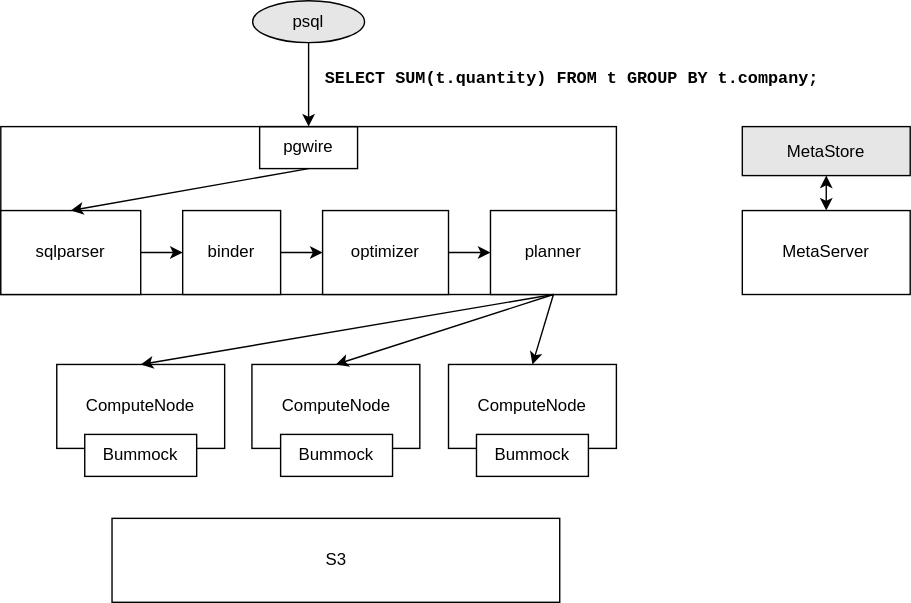
Above: docs/images/architecture-design/batch-query.svg in piedb-dev/piestream (draw.io), before the change. Source tidied: cells renumbered, new cells last; positions are measured from the earlier drawing's top-left corner, leaving out a move shared by most shapes. Its diagram source:
```xml
<mxGraphModel>
  <root>
    <mxCell id="0" />
    <mxCell id="1" parent="0" />
    <mxCell id="2" style="rounded=0;whiteSpace=wrap;html=1;" parent="1" vertex="1">
      <mxGeometry y="90" width="440" height="120" as="geometry" />
    </mxCell>
    <mxCell id="3" value="psql" style="ellipse;whiteSpace=wrap;html=1;fillColor=#E6E6E6;" parent="1" vertex="1">
      <mxGeometry x="180" width="80" height="30" as="geometry" />
    </mxCell>
    <mxCell id="4" style="endArrow=classic;html=1;exitX=0.5;exitY=1;exitDx=0;exitDy=0;entryX=0.5;entryY=0;entryDx=0;entryDy=0;" parent="1" edge="1" source="3" target="2">
      <mxGeometry relative="1" as="geometry" />
    </mxCell>
    <mxCell id="5" value="pgwire" style="text;html=1;strokeColor=#000000;fillColor=none;align=center;verticalAlign=middle;whiteSpace=wrap;rounded=0;" parent="1" vertex="1">
      <mxGeometry x="185" y="90" width="70" height="30" as="geometry" />
    </mxCell>
    <mxCell id="6" value="ComputeNode" style="rounded=0;whiteSpace=wrap;html=1;" parent="1" vertex="1">
      <mxGeometry x="40" y="260" width="120" height="60" as="geometry" />
    </mxCell>
    <mxCell id="7" value="S3" style="rounded=0;whiteSpace=wrap;html=1;" parent="1" vertex="1">
      <mxGeometry x="79.5" y="370" width="320" height="60" as="geometry" />
    </mxCell>
    <mxCell id="8" value="MetaServer" style="rounded=0;whiteSpace=wrap;html=1;" parent="1" vertex="1">
      <mxGeometry x="530" y="150" width="120" height="60" as="geometry" />
    </mxCell>
    <mxCell id="9" value="MetaStore" style="rounded=0;whiteSpace=wrap;html=1;fillColor=#E6E6E6;" parent="1" vertex="1">
      <mxGeometry x="530" y="90" width="120" height="35" as="geometry" />
    </mxCell>
    <mxCell id="10" style="endArrow=classic;startArrow=classic;html=1;entryX=0.5;entryY=1;entryDx=0;entryDy=0;exitX=0.5;exitY=0;exitDx=0;exitDy=0;" parent="1" edge="1" source="8" target="9">
      <mxGeometry relative="1" as="geometry" />
    </mxCell>
    <mxCell id="11" value="&lt;div&gt;&lt;/div&gt;&lt;pre&gt;&lt;span style=&quot;font-family: &amp;quot;Courier New&amp;quot;; text-align: center;&quot;&gt;&lt;b&gt;SELECT SUM(t.quantity) FROM t GROUP BY t.company; &lt;/b&gt;&lt;/span&gt;&lt;br /&gt;&lt;/pre&gt;" style="text;whiteSpace=wrap;html=1;" parent="1" vertex="1">
      <mxGeometry x="230" y="30" width="370" height="40" as="geometry" />
    </mxCell>
    <mxCell id="12" value="sqlparser" style="rounded=0;whiteSpace=wrap;html=1;strokeColor=#000000;" parent="1" vertex="1">
      <mxGeometry y="150" width="100" height="60" as="geometry" />
    </mxCell>
    <mxCell id="13" value="binder" style="rounded=0;whiteSpace=wrap;html=1;strokeColor=#000000;" parent="1" vertex="1">
      <mxGeometry x="130" y="150" width="70" height="60" as="geometry" />
    </mxCell>
    <mxCell id="14" value="optimizer" style="rounded=0;whiteSpace=wrap;html=1;strokeColor=#000000;" parent="1" vertex="1">
      <mxGeometry x="230" y="150" width="90" height="60" as="geometry" />
    </mxCell>
    <mxCell id="15" value="planner" style="rounded=0;whiteSpace=wrap;html=1;strokeColor=#000000;" parent="1" vertex="1">
      <mxGeometry x="350" y="150" width="90" height="60" as="geometry" />
    </mxCell>
    <mxCell id="16" style="endArrow=classic;html=1;exitX=1;exitY=0.5;exitDx=0;exitDy=0;entryX=0;entryY=0.5;entryDx=0;entryDy=0;" parent="1" edge="1" source="12" target="13">
      <mxGeometry relative="1" as="geometry" />
    </mxCell>
    <mxCell id="17" style="endArrow=classic;html=1;exitX=1;exitY=0.5;exitDx=0;exitDy=0;entryX=0;entryY=0.5;entryDx=0;entryDy=0;" parent="1" edge="1" source="13" target="14">
      <mxGeometry relative="1" as="geometry" />
    </mxCell>
    <mxCell id="18" style="endArrow=classic;html=1;exitX=1;exitY=0.5;exitDx=0;exitDy=0;" parent="1" edge="1" source="14" target="15">
      <mxGeometry relative="1" as="geometry" />
    </mxCell>
    <mxCell id="19" style="endArrow=classic;html=1;exitX=0.5;exitY=1;exitDx=0;exitDy=0;entryX=0.5;entryY=0;entryDx=0;entryDy=0;" parent="1" edge="1" source="5" target="12">
      <mxGeometry relative="1" as="geometry" />
    </mxCell>
    <mxCell id="20" value="ComputeNode" style="rounded=0;whiteSpace=wrap;html=1;" parent="1" vertex="1">
      <mxGeometry x="179.5" y="260" width="120" height="60" as="geometry" />
    </mxCell>
    <mxCell id="21" value="ComputeNode" style="rounded=0;whiteSpace=wrap;html=1;" parent="1" vertex="1">
      <mxGeometry x="320" y="260" width="120" height="60" as="geometry" />
    </mxCell>
    <mxCell id="22" style="endArrow=classic;html=1;exitX=0.5;exitY=1;exitDx=0;exitDy=0;entryX=0.5;entryY=0;entryDx=0;entryDy=0;" parent="1" edge="1" source="15" target="6">
      <mxGeometry relative="1" as="geometry" />
    </mxCell>
    <mxCell id="23" style="endArrow=classic;html=1;exitX=0.5;exitY=1;exitDx=0;exitDy=0;entryX=0.5;entryY=0;entryDx=0;entryDy=0;" parent="1" edge="1" source="15" target="20">
      <mxGeometry relative="1" as="geometry" />
    </mxCell>
    <mxCell id="24" style="endArrow=classic;html=1;exitX=0.5;exitY=1;exitDx=0;exitDy=0;entryX=0.5;entryY=0;entryDx=0;entryDy=0;" parent="1" edge="1" source="15" target="21">
      <mxGeometry relative="1" as="geometry" />
    </mxCell>
    <mxCell id="25" value="Bummock" style="rounded=0;whiteSpace=wrap;html=1;" parent="1" vertex="1">
      <mxGeometry x="60" y="310" width="80" height="30" as="geometry" />
    </mxCell>
    <mxCell id="26" value="Bummock" style="rounded=0;whiteSpace=wrap;html=1;" parent="1" vertex="1">
      <mxGeometry x="200" y="310" width="80" height="30" as="geometry" />
    </mxCell>
    <mxCell id="27" value="Bummock" style="rounded=0;whiteSpace=wrap;html=1;" parent="1" vertex="1">
      <mxGeometry x="340" y="310" width="80" height="30" as="geometry" />
    </mxCell>
  </root>
</mxGraphModel>
```
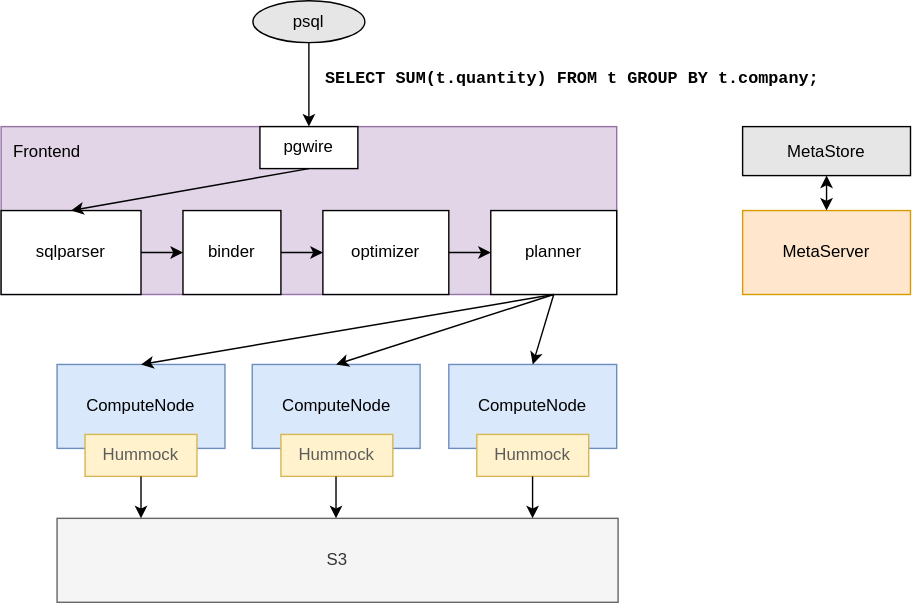
After the commit.

Diff of the diagram source:
```diff
@@ -2,7 +2,7 @@
   <root>
     <mxCell id="0" />
     <mxCell id="1" parent="0" />
-    <mxCell id="2" style="rounded=0;whiteSpace=wrap;html=1;" parent="1" vertex="1">
+    <mxCell id="2" style="rounded=0;whiteSpace=wrap;html=1;fillColor=#e1d5e7;strokeColor=#9673a6;" parent="1" vertex="1">
       <mxGeometry y="90" width="440" height="120" as="geometry" />
     </mxCell>
     <mxCell id="3" value="psql" style="ellipse;whiteSpace=wrap;html=1;fillColor=#E6E6E6;" parent="1" vertex="1">
@@ -11,16 +11,13 @@
     <mxCell id="4" style="endArrow=classic;html=1;exitX=0.5;exitY=1;exitDx=0;exitDy=0;entryX=0.5;entryY=0;entryDx=0;entryDy=0;" parent="1" edge="1" source="3" target="2">
       <mxGeometry relative="1" as="geometry" />
     </mxCell>
-    <mxCell id="5" value="pgwire" style="text;html=1;strokeColor=#000000;fillColor=none;align=center;verticalAlign=middle;whiteSpace=wrap;rounded=0;" parent="1" vertex="1">
-      <mxGeometry x="185" y="90" width="70" height="30" as="geometry" />
-    </mxCell>
-    <mxCell id="6" value="ComputeNode" style="rounded=0;whiteSpace=wrap;html=1;" parent="1" vertex="1">
+    <mxCell id="6" value="ComputeNode" style="rounded=0;whiteSpace=wrap;html=1;fillColor=#dae8fc;strokeColor=#6c8ebf;" parent="1" vertex="1">
       <mxGeometry x="40" y="260" width="120" height="60" as="geometry" />
     </mxCell>
-    <mxCell id="7" value="S3" style="rounded=0;whiteSpace=wrap;html=1;" parent="1" vertex="1">
-      <mxGeometry x="79.5" y="370" width="320" height="60" as="geometry" />
+    <mxCell id="7" value="S3" style="rounded=0;whiteSpace=wrap;html=1;fillColor=#f5f5f5;fontColor=#333333;strokeColor=#666666;" parent="1" vertex="1">
+      <mxGeometry x="40" y="370" width="401" height="60" as="geometry" />
     </mxCell>
-    <mxCell id="8" value="MetaServer" style="rounded=0;whiteSpace=wrap;html=1;" parent="1" vertex="1">
+    <mxCell id="8" value="MetaServer" style="rounded=0;whiteSpace=wrap;html=1;fillColor=#ffe6cc;strokeColor=#d79b00;" parent="1" vertex="1">
       <mxGeometry x="530" y="150" width="120" height="60" as="geometry" />
     </mxCell>
     <mxCell id="9" value="MetaStore" style="rounded=0;whiteSpace=wrap;html=1;fillColor=#E6E6E6;" parent="1" vertex="1">
@@ -56,10 +53,10 @@
     <mxCell id="19" style="endArrow=classic;html=1;exitX=0.5;exitY=1;exitDx=0;exitDy=0;entryX=0.5;entryY=0;entryDx=0;entryDy=0;" parent="1" edge="1" source="5" target="12">
       <mxGeometry relative="1" as="geometry" />
     </mxCell>
-    <mxCell id="20" value="ComputeNode" style="rounded=0;whiteSpace=wrap;html=1;" parent="1" vertex="1">
+    <mxCell id="20" value="ComputeNode" style="rounded=0;whiteSpace=wrap;html=1;fillColor=#dae8fc;strokeColor=#6c8ebf;" parent="1" vertex="1">
       <mxGeometry x="179.5" y="260" width="120" height="60" as="geometry" />
     </mxCell>
-    <mxCell id="21" value="ComputeNode" style="rounded=0;whiteSpace=wrap;html=1;" parent="1" vertex="1">
+    <mxCell id="21" value="ComputeNode" style="rounded=0;whiteSpace=wrap;html=1;fillColor=#dae8fc;strokeColor=#6c8ebf;" parent="1" vertex="1">
       <mxGeometry x="320" y="260" width="120" height="60" as="geometry" />
     </mxCell>
     <mxCell id="22" style="endArrow=classic;html=1;exitX=0.5;exitY=1;exitDx=0;exitDy=0;entryX=0.5;entryY=0;entryDx=0;entryDy=0;" parent="1" edge="1" source="15" target="6">
@@ -71,14 +68,37 @@
     <mxCell id="24" style="endArrow=classic;html=1;exitX=0.5;exitY=1;exitDx=0;exitDy=0;entryX=0.5;entryY=0;entryDx=0;entryDy=0;" parent="1" edge="1" source="15" target="21">
       <mxGeometry relative="1" as="geometry" />
     </mxCell>
-    <mxCell id="25" value="Bummock" style="rounded=0;whiteSpace=wrap;html=1;" parent="1" vertex="1">
+    <mxCell id="25" value="&lt;font color=&quot;#5c5c5c&quot;&gt;Hummock&lt;/font&gt;" style="rounded=0;whiteSpace=wrap;html=1;fillColor=#fff2cc;strokeColor=#d6b656;" parent="1" vertex="1">
       <mxGeometry x="60" y="310" width="80" height="30" as="geometry" />
     </mxCell>
-    <mxCell id="26" value="Bummock" style="rounded=0;whiteSpace=wrap;html=1;" parent="1" vertex="1">
+    <mxCell id="26" value="&lt;font color=&quot;#5c5c5c&quot;&gt;Hummock&lt;/font&gt;" style="rounded=0;whiteSpace=wrap;html=1;fillColor=#fff2cc;strokeColor=#d6b656;" parent="1" vertex="1">
       <mxGeometry x="200" y="310" width="80" height="30" as="geometry" />
     </mxCell>
-    <mxCell id="27" value="Bummock" style="rounded=0;whiteSpace=wrap;html=1;" parent="1" vertex="1">
+    <mxCell id="27" value="&lt;font color=&quot;#5c5c5c&quot;&gt;Hummock&lt;/font&gt;" style="rounded=0;whiteSpace=wrap;html=1;fillColor=#fff2cc;strokeColor=#d6b656;" parent="1" vertex="1">
       <mxGeometry x="340" y="310" width="80" height="30" as="geometry" />
     </mxCell>
+    <mxCell id="5" value="pgwire" style="text;html=1;strokeColor=#000000;fillColor=default;align=center;verticalAlign=middle;whiteSpace=wrap;rounded=0;" parent="1" vertex="1">
+      <mxGeometry x="185" y="90" width="70" height="30" as="geometry" />
+    </mxCell>
+    <mxCell id="28" value="Frontend" style="text;html=1;strokeColor=none;fillColor=none;align=center;verticalAlign=middle;whiteSpace=wrap;rounded=0;" parent="1" vertex="1">
+      <mxGeometry x="3" y="92.5" width="60" height="30" as="geometry" />
+    </mxCell>
+    <mxCell id="29" style="endArrow=classic;html=1;rounded=0;exitX=0.5;exitY=1;exitDx=0;exitDy=0;" parent="1" edge="1" source="25">
+      <mxGeometry relative="1" as="geometry">
+        <mxPoint x="100" y="370" as="targetPoint" />
+      </mxGeometry>
+    </mxCell>
+    <mxCell id="30" style="endArrow=classic;html=1;rounded=0;exitX=0.5;exitY=1;exitDx=0;exitDy=0;" parent="1" edge="1">
+      <mxGeometry relative="1" as="geometry">
+        <mxPoint x="239.4" y="340" as="sourcePoint" />
+        <mxPoint x="239.4" y="370" as="targetPoint" />
+      </mxGeometry>
+    </mxCell>
+    <mxCell id="31" style="endArrow=classic;html=1;rounded=0;exitX=0.5;exitY=1;exitDx=0;exitDy=0;" parent="1" edge="1">
+      <mxGeometry relative="1" as="geometry">
+        <mxPoint x="379.9" y="340" as="sourcePoint" />
+        <mxPoint x="379.9" y="370" as="targetPoint" />
+      </mxGeometry>
+    </mxCell>
   </root>
 </mxGraphModel>
```
